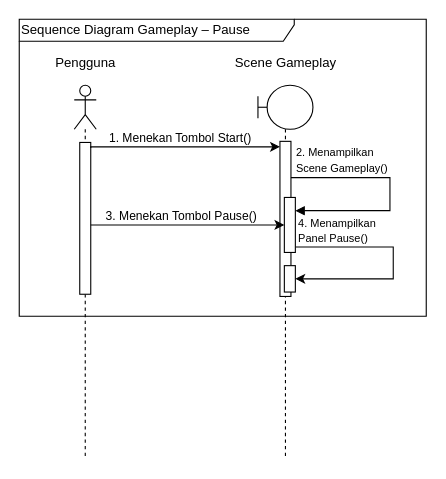
The draw.io diagram skripsi/skripsi/gambar/BAB III/Sequence Diagram/Sequence Diagram Gameplay – Pause.drawio in hako-975/UNPAM-File, before the edit. Source tidied: cells renumbered, new cells numbered last; positions are measured from the earlier drawing's top-left corner, leaving out a move shared by most shapes. Both pictures are drawn from the tidied source at 110%, with x=0, y=0 at pixel (19, 19).
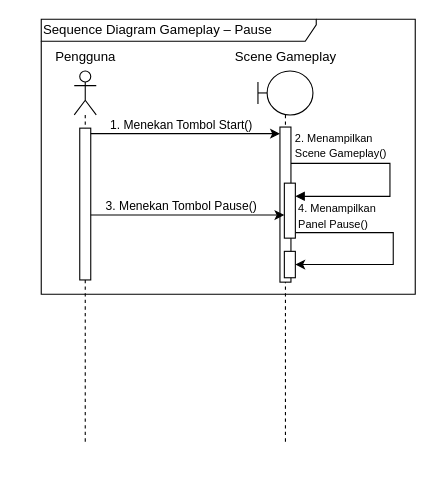
After the change.

The change refers to these unchanged cells:
```xml
<mxCell id="3" style="html=1;points=[[0,0,0,0,5],[0,1,0,0,-5],[1,0,0,0,5],[1,1,0,0,-5]];perimeter=orthogonalPerimeter;outlineConnect=0;targetShapes=umlLifeline;portConstraint=eastwest;newEdgeStyle={&quot;curved&quot;:0,&quot;rounded&quot;:0};" parent="2" vertex="1">
  <mxGeometry x="5" y="52" width="10" height="138" as="geometry" />
</mxCell>
<mxCell id="7" style="html=1;points=[[0,0,0,0,5],[0,1,0,0,-5],[1,0,0,0,5],[1,1,0,0,-5]];perimeter=orthogonalPerimeter;outlineConnect=0;targetShapes=umlLifeline;portConstraint=eastwest;newEdgeStyle={&quot;curved&quot;:0,&quot;rounded&quot;:0};" parent="6" vertex="1">
  <mxGeometry x="20" y="51" width="10" height="141" as="geometry" />
</mxCell>
<mxCell id="10" style="html=1;points=[[0,0,0,0,5],[0,1,0,0,-5],[1,0,0,0,5],[1,1,0,0,-5]];perimeter=orthogonalPerimeter;outlineConnect=0;targetShapes=umlLifeline;portConstraint=eastwest;newEdgeStyle={&quot;curved&quot;:0,&quot;rounded&quot;:0};" parent="6" vertex="1">
  <mxGeometry x="24" y="102" width="10" height="50" as="geometry" />
</mxCell>
```

What changed in the source:
```diff
@@
     <mxCell id="2" value="&lt;div&gt;&lt;/div&gt;" style="shape=umlLifeline;perimeter=lifelinePerimeter;whiteSpace=wrap;html=1;newEdgeStyle={&quot;curved&quot;:0,&quot;rounded&quot;:0};participant=umlActor;size=40;" parent="1" vertex="1">
-      <mxGeometry x="50" y="60" width="20" height="340" as="geometry" />
+      <mxGeometry x="50" y="47" width="20" height="340" as="geometry" />
     </mxCell>
@@
     <mxCell id="4" value="&lt;div&gt;Pengguna&lt;/div&gt;" style="text;html=1;align=center;verticalAlign=middle;strokeColor=none;fillColor=none;" parent="1" vertex="1">
-      <mxGeometry x="20" y="25" width="80" height="30" as="geometry" />
+      <mxGeometry x="20" y="19" width="80" height="30" as="geometry" />
     </mxCell>
     <mxCell id="5" value="Sequence Diagram Gameplay – Pause" style="shape=umlFrame;whiteSpace=wrap;html=1;width=250;height=20;align=left;" parent="1" vertex="1">
-      <mxGeometry width="370" height="270" as="geometry" />
+      <mxGeometry x="20" width="340" height="250" as="geometry" />
     </mxCell>
     <mxCell id="6" style="shape=umlLifeline;perimeter=lifelinePerimeter;whiteSpace=wrap;html=1;newEdgeStyle={&quot;curved&quot;:0,&quot;rounded&quot;:0};participant=umlBoundary;" parent="1" vertex="1">
-      <mxGeometry x="217" y="60" width="50" height="339" as="geometry" />
+      <mxGeometry x="217" y="47" width="50" height="339" as="geometry" />
     </mxCell>
@@
     <mxCell id="12" value="&lt;div&gt;Scene Gameplay&lt;/div&gt;" style="text;html=1;align=center;verticalAlign=middle;strokeColor=none;fillColor=none;" parent="1" vertex="1">
-      <mxGeometry x="182" y="25" width="120" height="30" as="geometry" />
+      <mxGeometry x="182" y="19" width="120" height="30" as="geometry" />
     </mxCell>
-    <mxCell id="13" style="edgeStyle=orthogonalEdgeStyle;rounded=0;jettySize=auto;html=1;curved=0;entryX=0;entryY=0;entryDx=0;entryDy=5;entryPerimeter=0;exitX=1;exitY=0;exitDx=0;exitDy=5;exitPerimeter=0;" parent="1" edge="1" source="3" target="7">
-      <mxGeometry relative="1" as="geometry">
-        <Array as="points">
-          <mxPoint x="65" y="116" />
-        </Array>
-      </mxGeometry>
+    <mxCell id="13" style="rounded=0;jettySize=auto;html=1;exitX=1;exitY=0;exitDx=0;exitDy=5;exitPerimeter=0;" parent="1" edge="1" source="3" target="7">
+      <mxGeometry relative="1" as="geometry" />
     </mxCell>
@@
     <mxCell id="15" value="&lt;span style=&quot;font-size: 10px;&quot;&gt;2. Menampilkan&amp;nbsp;&lt;/span&gt;&lt;div&gt;&lt;span style=&quot;font-size: 10px;&quot;&gt;Scene&amp;nbsp;&lt;/span&gt;&lt;span style=&quot;font-size: 10px;&quot;&gt;Gameplay()&lt;/span&gt;&lt;/div&gt;" style="edgeLabel;html=1;align=left;verticalAlign=middle;" parent="13" vertex="1">
       <mxGeometry x="-0.33" y="1" relative="1" as="geometry">
-        <mxPoint x="128" y="12" as="offset" />
+        <mxPoint x="126" y="11" as="offset" />
       </mxGeometry>
     </mxCell>
-    <mxCell id="16" style="edgeStyle=orthogonalEdgeStyle;rounded=0;jettySize=auto;html=1;curved=0;" parent="1" edge="1" source="3" target="10">
+    <mxCell id="16" style="edgeStyle=orthogonalEdgeStyle;rounded=0;orthogonalLoop=1;jettySize=auto;html=1;curved=0;" parent="1" edge="1">
       <mxGeometry relative="1" as="geometry">
+        <mxPoint x="65" y="178" as="sourcePoint" />
+        <mxPoint x="241" y="178" as="targetPoint" />
         <Array as="points">
-          <mxPoint x="110" y="187" />
-          <mxPoint x="110" y="187" />
+          <mxPoint x="110" y="178" />
+          <mxPoint x="110" y="178" />
         </Array>
       </mxGeometry>
     </mxCell>
     <mxCell id="17" value="3. Menekan Tombol Pause()" style="edgeLabel;html=1;align=left;verticalAlign=middle;" parent="1" vertex="1">
-      <mxGeometry x="77" y="178" as="geometry" />
+      <mxGeometry x="77" y="169" as="geometry" />
     </mxCell>
     <mxCell id="18" value="&lt;span style=&quot;font-size: 10px;&quot;&gt;4. Menampilkan&amp;nbsp;&lt;/span&gt;&lt;div&gt;&lt;span style=&quot;font-size: 10px;&quot;&gt;Panel Pause&lt;/span&gt;&lt;span style=&quot;font-size: 10px;&quot;&gt;()&lt;/span&gt;&lt;/div&gt;" style="edgeLabel;html=1;align=left;verticalAlign=middle;" parent="1" vertex="1">
-      <mxGeometry x="252" y="191" as="geometry" />
+      <mxGeometry x="252" y="178" as="geometry" />
     </mxCell>
```
